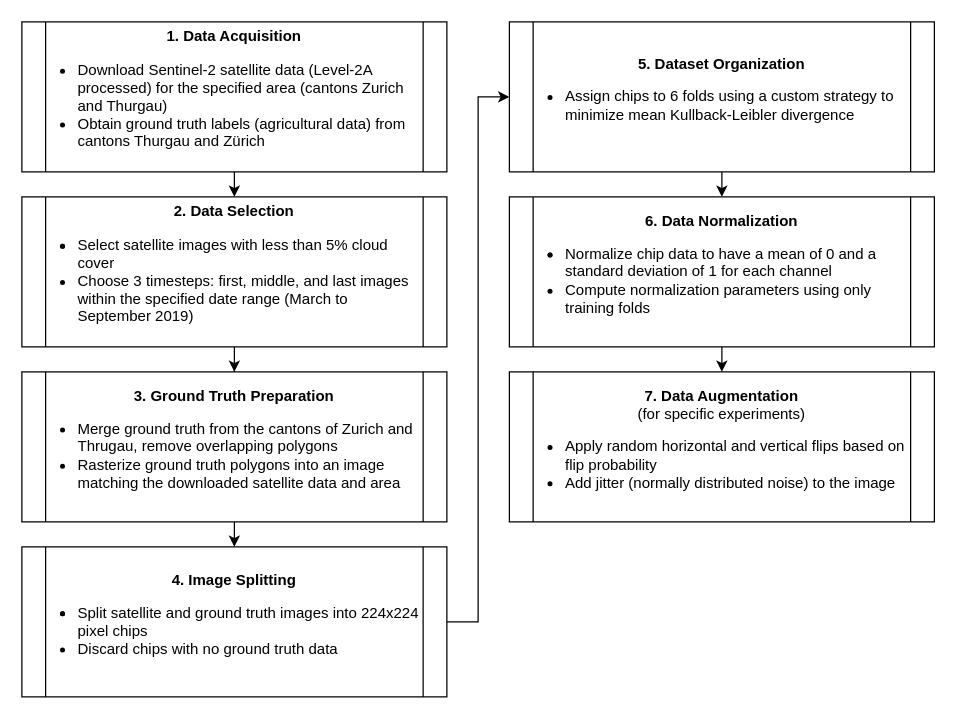
This is assets/data_pipeline.drawio from Satellite-Based-Crop-Classification/messis, a draw.io file, before an edit. Source tidied: cells renumbered, new cells numbered last; positions are measured from the earlier drawing's top-left corner, leaving out a move shared by most shapes. Both pictures are drawn from the tidied source at 125%, with x=0, y=0 at pixel (21, 21).
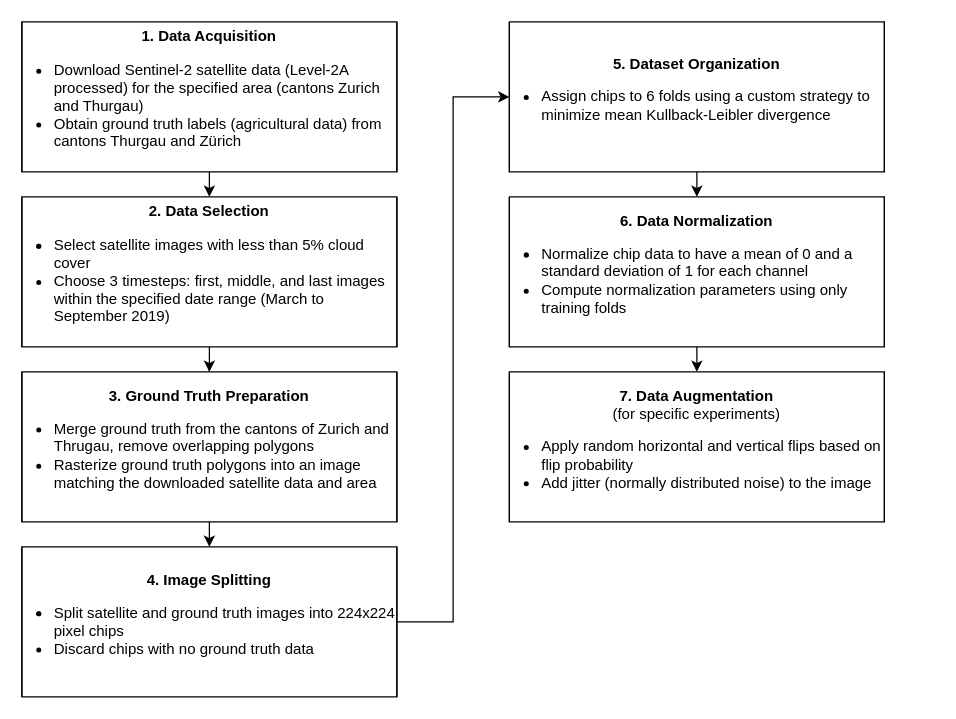
The same page after the edit.

Commit message:
Fixed: border rectangles are distracting

Diff of the diagram source:
```diff
@@
 <mxGraphModel>
   <root>
     <mxCell id="0" />
     <mxCell id="1" parent="0" />
-    <mxCell id="2" value="&lt;div style=&quot;&quot;&gt;&lt;b style=&quot;background-color: initial;&quot;&gt;1. Data Acquisition&lt;/b&gt;&lt;/div&gt;&lt;div&gt;&lt;div style=&quot;text-align: left;&quot;&gt;&lt;ul style=&quot;padding-left: 25px;&quot;&gt;&lt;li&gt;&lt;span style=&quot;background-color: initial;&quot;&gt;Download Sentinel-2 satellite data (Level-2A processed) for the specified area (cantons Zurich and Thurgau)&lt;/span&gt;&lt;/li&gt;&lt;li&gt;&lt;span style=&quot;background-color: initial;&quot;&gt;Obtain ground truth labels (agricultural data) from cantons Thurgau and Zürich&lt;/span&gt;&lt;/li&gt;&lt;/ul&gt;&lt;/div&gt;&lt;/div&gt;" style="shape=process;whiteSpace=wrap;html=1;backgroundOutline=1;align=center;noLabel=0;size=0.05555555555555555;" parent="1" vertex="1">
-      <mxGeometry width="340" height="120" as="geometry" />
+    <mxCell id="2" value="&lt;div style=&quot;&quot;&gt;&lt;b style=&quot;background-color: initial;&quot;&gt;1. Data Acquisition&lt;/b&gt;&lt;/div&gt;&lt;div&gt;&lt;div style=&quot;text-align: left;&quot;&gt;&lt;ul style=&quot;padding-left: 25px;&quot;&gt;&lt;li&gt;&lt;span style=&quot;background-color: initial;&quot;&gt;Download Sentinel-2 satellite data (Level-2A processed) for the specified area (cantons Zurich and Thurgau)&lt;/span&gt;&lt;/li&gt;&lt;li&gt;&lt;span style=&quot;background-color: initial;&quot;&gt;Obtain ground truth labels (agricultural data) from cantons Thurgau and Zürich&lt;/span&gt;&lt;/li&gt;&lt;/ul&gt;&lt;/div&gt;&lt;/div&gt;" style="shape=process;whiteSpace=wrap;html=1;backgroundOutline=1;align=center;noLabel=0;size=0;" parent="1" vertex="1">
+      <mxGeometry width="300" height="120" as="geometry" />
     </mxCell>
     <mxCell id="3" style="edgeStyle=orthogonalEdgeStyle;rounded=0;jettySize=auto;html=1;exitX=0.5;exitY=1;exitDx=0;exitDy=0;" parent="1" edge="1" source="4" target="6">
       <mxGeometry relative="1" as="geometry" />
     </mxCell>
-    <mxCell id="4" value="&lt;div style=&quot;&quot;&gt;&lt;div&gt;&lt;b&gt;2. Data Selection&lt;/b&gt;&lt;/div&gt;&lt;/div&gt;&lt;div&gt;&lt;div style=&quot;text-align: left;&quot;&gt;&lt;ul style=&quot;padding-left: 25px;&quot;&gt;&lt;li&gt;&lt;li&gt;Select satellite images with less than 5% cloud cover&lt;/li&gt;&lt;li&gt;Choose 3 timesteps: first, middle, and last images within the specified date range (March to September 2019)&lt;/li&gt;&lt;/li&gt;&lt;/ul&gt;&lt;/div&gt;&lt;/div&gt;" style="shape=process;whiteSpace=wrap;html=1;backgroundOutline=1;align=center;noLabel=0;size=0.05555555555555555;" parent="1" vertex="1">
-      <mxGeometry y="140" width="340" height="120" as="geometry" />
+    <mxCell id="4" value="&lt;div style=&quot;&quot;&gt;&lt;div&gt;&lt;b&gt;2. Data Selection&lt;/b&gt;&lt;/div&gt;&lt;/div&gt;&lt;div&gt;&lt;div style=&quot;text-align: left;&quot;&gt;&lt;ul style=&quot;padding-left: 25px;&quot;&gt;&lt;li&gt;&lt;li&gt;Select satellite images with less than 5% cloud cover&lt;/li&gt;&lt;li&gt;Choose 3 timesteps: first, middle, and last images within the specified date range (March to September 2019)&lt;/li&gt;&lt;/li&gt;&lt;/ul&gt;&lt;/div&gt;&lt;/div&gt;" style="shape=process;whiteSpace=wrap;html=1;backgroundOutline=1;align=center;noLabel=0;size=0;" parent="1" vertex="1">
+      <mxGeometry y="140" width="300" height="120" as="geometry" />
     </mxCell>
     <mxCell id="5" style="edgeStyle=orthogonalEdgeStyle;rounded=0;jettySize=auto;html=1;exitX=0.5;exitY=1;exitDx=0;exitDy=0;entryX=0.5;entryY=0;entryDx=0;entryDy=0;" parent="1" edge="1" source="6" target="8">
       <mxGeometry relative="1" as="geometry" />
     </mxCell>
-    <mxCell id="6" value="&lt;div style=&quot;&quot;&gt;&lt;div&gt;&lt;b&gt;3.&amp;nbsp;&lt;/b&gt;&lt;span style=&quot;background-color: initial;&quot;&gt;&lt;b&gt;Ground Truth Preparation&lt;/b&gt;&lt;/span&gt;&lt;/div&gt;&lt;/div&gt;&lt;div&gt;&lt;div style=&quot;text-align: left;&quot;&gt;&lt;ul style=&quot;padding-left: 25px;&quot;&gt;&lt;li&gt;&lt;span style=&quot;background-color: initial;&quot;&gt;Merge ground truth from the cantons of Zurich and Thrugau, remove overlapping polygons&lt;/span&gt;&lt;br&gt;&lt;/li&gt;&lt;li&gt;&lt;span style=&quot;background-color: initial;&quot;&gt;Rasterize ground truth polygons into an image matching the downloaded satellite data and area&lt;/span&gt;&lt;br&gt;&lt;/li&gt;&lt;/ul&gt;&lt;/div&gt;&lt;/div&gt;" style="shape=process;whiteSpace=wrap;html=1;backgroundOutline=1;align=center;noLabel=0;size=0.05555555555555555;" parent="1" vertex="1">
-      <mxGeometry y="280" width="340" height="120" as="geometry" />
+    <mxCell id="6" value="&lt;div style=&quot;&quot;&gt;&lt;div&gt;&lt;b&gt;3.&amp;nbsp;&lt;/b&gt;&lt;span style=&quot;background-color: initial;&quot;&gt;&lt;b&gt;Ground Truth Preparation&lt;/b&gt;&lt;/span&gt;&lt;/div&gt;&lt;/div&gt;&lt;div&gt;&lt;div style=&quot;text-align: left;&quot;&gt;&lt;ul style=&quot;padding-left: 25px;&quot;&gt;&lt;li&gt;&lt;span style=&quot;background-color: initial;&quot;&gt;Merge ground truth from the cantons of Zurich and Thrugau, remove overlapping polygons&lt;/span&gt;&lt;br&gt;&lt;/li&gt;&lt;li&gt;&lt;span style=&quot;background-color: initial;&quot;&gt;Rasterize ground truth polygons into an image matching the downloaded satellite data and area&lt;/span&gt;&lt;br&gt;&lt;/li&gt;&lt;/ul&gt;&lt;/div&gt;&lt;/div&gt;" style="shape=process;whiteSpace=wrap;html=1;backgroundOutline=1;align=center;noLabel=0;size=0;" parent="1" vertex="1">
+      <mxGeometry y="280" width="300" height="120" as="geometry" />
     </mxCell>
     <mxCell id="7" style="edgeStyle=orthogonalEdgeStyle;rounded=0;jettySize=auto;html=1;exitX=1;exitY=0.5;exitDx=0;exitDy=0;entryX=0;entryY=0.5;entryDx=0;entryDy=0;" parent="1" edge="1" source="8" target="10">
       <mxGeometry relative="1" as="geometry" />
     </mxCell>
-    <mxCell id="8" value="&lt;div style=&quot;&quot;&gt;&lt;div&gt;&lt;b&gt;4.&amp;nbsp;&lt;/b&gt;&lt;span style=&quot;background-color: initial;&quot;&gt;&lt;b&gt;Image Splitting&lt;/b&gt;&lt;/span&gt;&lt;/div&gt;&lt;/div&gt;&lt;div&gt;&lt;div style=&quot;text-align: left;&quot;&gt;&lt;ul style=&quot;padding-left: 25px;&quot;&gt;&lt;li&gt;&lt;li&gt;Split satellite and ground truth images into 224x224 pixel chips&lt;/li&gt;&lt;li&gt;Discard chips with no ground truth data&lt;/li&gt;&lt;/li&gt;&lt;/ul&gt;&lt;/div&gt;&lt;/div&gt;" style="shape=process;whiteSpace=wrap;html=1;backgroundOutline=1;align=center;noLabel=0;size=0.05555555555555555;" parent="1" vertex="1">
-      <mxGeometry y="420" width="340" height="120" as="geometry" />
+    <mxCell id="8" value="&lt;div style=&quot;&quot;&gt;&lt;div&gt;&lt;b&gt;4.&amp;nbsp;&lt;/b&gt;&lt;span style=&quot;background-color: initial;&quot;&gt;&lt;b&gt;Image Splitting&lt;/b&gt;&lt;/span&gt;&lt;/div&gt;&lt;/div&gt;&lt;div&gt;&lt;div style=&quot;text-align: left;&quot;&gt;&lt;ul style=&quot;padding-left: 25px;&quot;&gt;&lt;li&gt;&lt;li&gt;Split satellite and ground truth images into 224x224 pixel chips&lt;/li&gt;&lt;li&gt;Discard chips with no ground truth data&lt;/li&gt;&lt;/li&gt;&lt;/ul&gt;&lt;/div&gt;&lt;/div&gt;" style="shape=process;whiteSpace=wrap;html=1;backgroundOutline=1;align=center;noLabel=0;size=0;" parent="1" vertex="1">
+      <mxGeometry y="420" width="300" height="120" as="geometry" />
     </mxCell>
     <mxCell id="9" style="edgeStyle=orthogonalEdgeStyle;rounded=0;jettySize=auto;html=1;exitX=0.5;exitY=1;exitDx=0;exitDy=0;entryX=0.5;entryY=0;entryDx=0;entryDy=0;" parent="1" edge="1" source="10" target="12">
       <mxGeometry relative="1" as="geometry" />
     </mxCell>
-    <mxCell id="10" value="&lt;div style=&quot;&quot;&gt;&lt;div&gt;&lt;b&gt;5.&amp;nbsp;&lt;/b&gt;&lt;span style=&quot;background-color: initial;&quot;&gt;&lt;b&gt;Dataset Organization&lt;/b&gt;&lt;/span&gt;&lt;/div&gt;&lt;/div&gt;&lt;div&gt;&lt;div style=&quot;text-align: left;&quot;&gt;&lt;ul style=&quot;padding-left: 25px;&quot;&gt;&lt;li&gt;&lt;span style=&quot;background-color: initial;&quot;&gt;Assign chips to 6 folds using a custom strategy to minimize mean Kullback-Leibler divergence&lt;/span&gt;&lt;br&gt;&lt;/li&gt;&lt;/ul&gt;&lt;/div&gt;&lt;/div&gt;" style="shape=process;whiteSpace=wrap;html=1;backgroundOutline=1;align=center;noLabel=0;size=0.05555555555555555;" parent="1" vertex="1">
-      <mxGeometry x="390" width="340" height="120" as="geometry" />
+    <mxCell id="10" value="&lt;div style=&quot;&quot;&gt;&lt;div&gt;&lt;b&gt;5.&amp;nbsp;&lt;/b&gt;&lt;span style=&quot;background-color: initial;&quot;&gt;&lt;b&gt;Dataset Organization&lt;/b&gt;&lt;/span&gt;&lt;/div&gt;&lt;/div&gt;&lt;div&gt;&lt;div style=&quot;text-align: left;&quot;&gt;&lt;ul style=&quot;padding-left: 25px;&quot;&gt;&lt;li&gt;&lt;span style=&quot;background-color: initial;&quot;&gt;Assign chips to 6 folds using a custom strategy to minimize mean Kullback-Leibler divergence&lt;/span&gt;&lt;br&gt;&lt;/li&gt;&lt;/ul&gt;&lt;/div&gt;&lt;/div&gt;" style="shape=process;whiteSpace=wrap;html=1;backgroundOutline=1;align=center;noLabel=0;size=0;" parent="1" vertex="1">
+      <mxGeometry x="390" width="300" height="120" as="geometry" />
     </mxCell>
     <mxCell id="11" style="edgeStyle=orthogonalEdgeStyle;rounded=0;jettySize=auto;html=1;exitX=0.5;exitY=1;exitDx=0;exitDy=0;entryX=0.5;entryY=0;entryDx=0;entryDy=0;" parent="1" edge="1" source="12" target="13">
       <mxGeometry relative="1" as="geometry" />
     </mxCell>
-    <mxCell id="12" value="&lt;div style=&quot;&quot;&gt;&lt;div&gt;&lt;b&gt;6.&amp;nbsp;&lt;/b&gt;&lt;span style=&quot;background-color: initial;&quot;&gt;&lt;b&gt;Data Normalization&lt;/b&gt;&lt;/span&gt;&lt;/div&gt;&lt;/div&gt;&lt;div&gt;&lt;div style=&quot;text-align: left;&quot;&gt;&lt;ul style=&quot;padding-left: 25px;&quot;&gt;&lt;li&gt;&lt;li&gt;Normalize chip data to have a mean of 0 and a standard deviation of 1 for each channel&lt;/li&gt;&lt;li&gt;Compute normalization parameters using only training folds&lt;/li&gt;&lt;/li&gt;&lt;/ul&gt;&lt;/div&gt;&lt;/div&gt;" style="shape=process;whiteSpace=wrap;html=1;backgroundOutline=1;align=center;noLabel=0;size=0.05555555555555555;" parent="1" vertex="1">
-      <mxGeometry x="390" y="140" width="340" height="120" as="geometry" />
+    <mxCell id="12" value="&lt;div style=&quot;&quot;&gt;&lt;div&gt;&lt;b&gt;6.&amp;nbsp;&lt;/b&gt;&lt;span style=&quot;background-color: initial;&quot;&gt;&lt;b&gt;Data Normalization&lt;/b&gt;&lt;/span&gt;&lt;/div&gt;&lt;/div&gt;&lt;div&gt;&lt;div style=&quot;text-align: left;&quot;&gt;&lt;ul style=&quot;padding-left: 25px;&quot;&gt;&lt;li&gt;&lt;li&gt;Normalize chip data to have a mean of 0 and a standard deviation of 1 for each channel&lt;/li&gt;&lt;li&gt;Compute normalization parameters using only training folds&lt;/li&gt;&lt;/li&gt;&lt;/ul&gt;&lt;/div&gt;&lt;/div&gt;" style="shape=process;whiteSpace=wrap;html=1;backgroundOutline=1;align=center;noLabel=0;size=0;" parent="1" vertex="1">
+      <mxGeometry x="390" y="140" width="300" height="120" as="geometry" />
     </mxCell>
-    <mxCell id="13" value="&lt;div style=&quot;&quot;&gt;&lt;div&gt;&lt;b&gt;7.&amp;nbsp;&lt;/b&gt;&lt;span style=&quot;background-color: initial;&quot;&gt;&lt;b&gt;Data Augmentation&lt;/b&gt;&lt;/span&gt;&lt;/div&gt;&lt;div&gt;&lt;span style=&quot;background-color: initial;&quot;&gt;(for specific experiments)&lt;/span&gt;&lt;/div&gt;&lt;/div&gt;&lt;div&gt;&lt;div style=&quot;text-align: left;&quot;&gt;&lt;ul style=&quot;padding-left: 25px;&quot;&gt;&lt;li&gt;Apply random horizontal and vertical flips based on flip probability&lt;/li&gt;&lt;li&gt;Add jitter (normally distributed noise) to the image&lt;/li&gt;&lt;/ul&gt;&lt;/div&gt;&lt;/div&gt;" style="shape=process;whiteSpace=wrap;html=1;backgroundOutline=1;align=center;noLabel=0;size=0.05555555555555555;" parent="1" vertex="1">
-      <mxGeometry x="390" y="280" width="340" height="120" as="geometry" />
+    <mxCell id="13" value="&lt;div style=&quot;&quot;&gt;&lt;div&gt;&lt;b&gt;7.&amp;nbsp;&lt;/b&gt;&lt;span style=&quot;background-color: initial;&quot;&gt;&lt;b&gt;Data Augmentation&lt;/b&gt;&lt;/span&gt;&lt;/div&gt;&lt;div&gt;&lt;span style=&quot;background-color: initial;&quot;&gt;(for specific experiments)&lt;/span&gt;&lt;/div&gt;&lt;/div&gt;&lt;div&gt;&lt;div style=&quot;text-align: left;&quot;&gt;&lt;ul style=&quot;padding-left: 25px;&quot;&gt;&lt;li&gt;Apply random horizontal and vertical flips based on flip probability&lt;/li&gt;&lt;li&gt;Add jitter (normally distributed noise) to the image&lt;/li&gt;&lt;/ul&gt;&lt;/div&gt;&lt;/div&gt;" style="shape=process;whiteSpace=wrap;html=1;backgroundOutline=1;align=center;noLabel=0;size=0;" parent="1" vertex="1">
+      <mxGeometry x="390" y="280" width="300" height="120" as="geometry" />
     </mxCell>
     <mxCell id="14" style="endArrow=classic;html=1;rounded=0;exitX=0.5;exitY=1;exitDx=0;exitDy=0;" parent="1" edge="1" source="2" target="4">
       <mxGeometry relative="1" as="geometry" />
     </mxCell>
   </root>
 </mxGraphModel>
```
